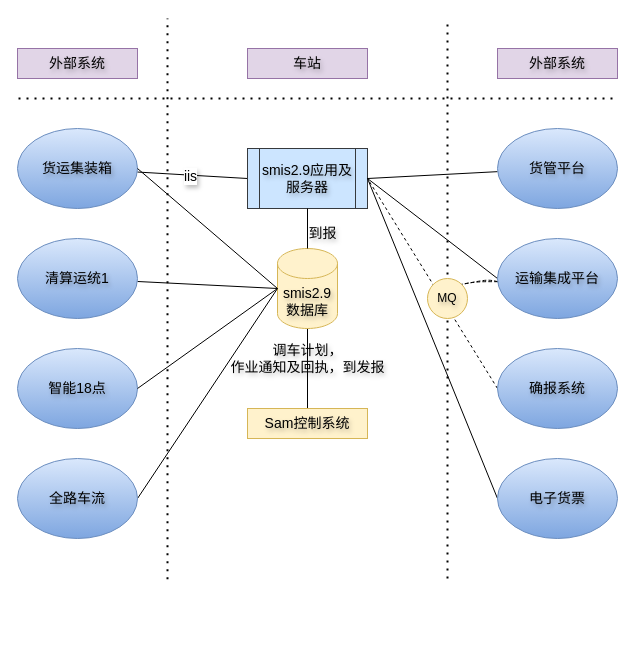
This is 新丰镇切换方案网络架构图/编组站smis29当前网络架构.drawio from wxl18335844494/myFlowChart, a draw.io file, before an edit. Source tidied: cells renumbered, new cells numbered last; positions are measured from the earlier drawing's top-left corner, leaving out a move shared by most shapes. Both pictures are drawn from the tidied source at 100%, with x=0, y=0 at pixel (17, 18).
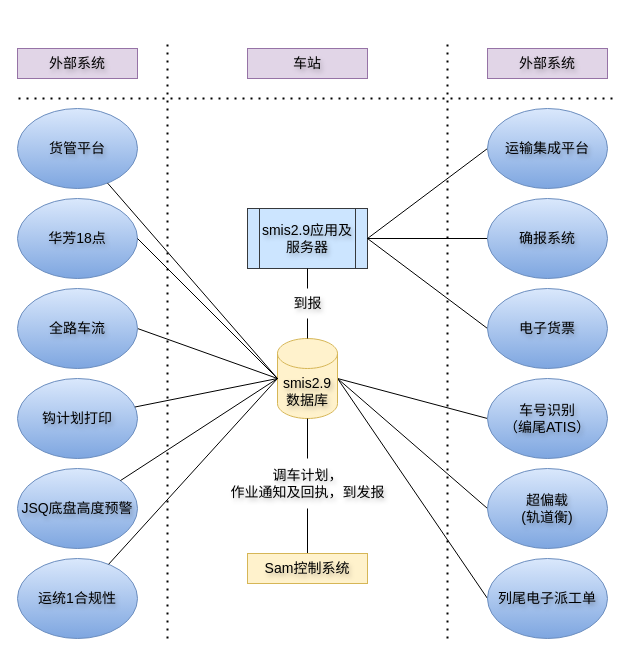
After the change.

Commit message:
更新编组站smis29当前网络架构.drawio

The edit, as a diff of the source:
```diff
@@
     <mxCell id="3" value="&lt;font&gt;外部系统&lt;/font&gt;" style="rounded=0;whiteSpace=wrap;html=1;hachureGap=4;fontFamily=Helvetica;strokeColor=#9673a6;fontSize=14;fillColor=#e1d5e7;textShadow=1;" parent="1" vertex="1">
-      <mxGeometry x="480" y="30" width="120" height="30" as="geometry" />
+      <mxGeometry x="470" y="30" width="120" height="30" as="geometry" />
     </mxCell>
@@
-    <mxCell id="5" style="rounded=0;hachureGap=4;jettySize=auto;html=1;entryX=0;entryY=0.5;entryDx=0;entryDy=0;fontFamily=Helvetica;endArrow=none;endFill=0;fontSize=14;textShadow=1;" parent="1" edge="1" source="7" target="11">
-      <mxGeometry relative="1" as="geometry" />
-    </mxCell>
-    <mxCell id="6" value="&lt;font&gt;iis&lt;/font&gt;" style="edgeLabel;html=1;align=center;verticalAlign=middle;sketch=1;hachureGap=4;jiggle=2;curveFitting=1;fontFamily=Helvetica;fontSize=14;textShadow=1;" parent="5" vertex="1">
-      <mxGeometry x="-0.04" y="-1" relative="1" as="geometry" />
-    </mxCell>
-    <mxCell id="7" value="&lt;font&gt;货运集装箱&lt;/font&gt;" style="ellipse;whiteSpace=wrap;html=1;hachureGap=4;fontFamily=Helvetica;fontSize=14;fillColor=#dae8fc;strokeColor=#6c8ebf;gradientColor=#7ea6e0;textShadow=1;" parent="1" vertex="1">
-      <mxGeometry y="110" width="120" height="80" as="geometry" />
-    </mxCell>
-    <mxCell id="8" style="rounded=0;hachureGap=4;jettySize=auto;html=1;fontFamily=Architects Daughter;endArrow=none;endFill=0;textShadow=1;" parent="1" edge="1" source="9">
-      <mxGeometry relative="1" as="geometry">
-        <mxPoint x="260" y="270" as="targetPoint" />
-      </mxGeometry>
-    </mxCell>
-    <mxCell id="9" value="&lt;font&gt;清算运统1&lt;/font&gt;" style="ellipse;whiteSpace=wrap;html=1;hachureGap=4;fontFamily=Helvetica;fontSize=14;fillColor=#dae8fc;strokeColor=#6c8ebf;gradientColor=#7ea6e0;textShadow=1;" parent="1" vertex="1">
-      <mxGeometry y="220" width="120" height="80" as="geometry" />
-    </mxCell>
-    <mxCell id="10" value="智能18点" style="ellipse;whiteSpace=wrap;html=1;hachureGap=4;fontFamily=Helvetica;fontSize=14;fillColor=#dae8fc;strokeColor=#6c8ebf;gradientColor=#7ea6e0;textShadow=1;" parent="1" vertex="1">
-      <mxGeometry y="330" width="120" height="80" as="geometry" />
+    <mxCell id="10" value="华芳18点" style="ellipse;whiteSpace=wrap;html=1;hachureGap=4;fontFamily=Helvetica;fontSize=14;fillColor=#dae8fc;strokeColor=#6c8ebf;gradientColor=#7ea6e0;textShadow=1;" parent="1" vertex="1">
+      <mxGeometry y="180" width="120" height="80" as="geometry" />
     </mxCell>
+    <mxCell id="35" style="rounded=0;hachureGap=4;jettySize=auto;html=1;entryX=0;entryY=0.5;entryDx=0;entryDy=0;fontFamily=Architects Daughter;endArrow=none;endFill=0;exitX=1;exitY=0.5;exitDx=0;exitDy=0;exitPerimeter=0;" parent="1" edge="1" source="13" target="44">
+      <mxGeometry relative="1" as="geometry" />
+    </mxCell>
+    <mxCell id="36" style="rounded=0;hachureGap=4;jettySize=auto;html=1;entryX=0;entryY=0.5;entryDx=0;entryDy=0;fontFamily=Architects Daughter;endArrow=none;endFill=0;exitX=1;exitY=0.5;exitDx=0;exitDy=0;exitPerimeter=0;" parent="1" edge="1" source="13" target="45">
+      <mxGeometry relative="1" as="geometry" />
+    </mxCell>
+    <mxCell id="37" style="rounded=0;hachureGap=4;jettySize=auto;html=1;entryX=0;entryY=0.5;entryDx=0;entryDy=0;fontFamily=Architects Daughter;endArrow=none;endFill=0;exitX=1;exitY=0.5;exitDx=0;exitDy=0;exitPerimeter=0;" parent="1" edge="1" source="13" target="46">
+      <mxGeometry relative="1" as="geometry" />
+    </mxCell>
     <mxCell id="11" value="&lt;font&gt;smis2.9应用及服务器&lt;/font&gt;" style="shape=process;whiteSpace=wrap;html=1;backgroundOutline=1;hachureGap=4;fontFamily=Helvetica;fontSize=14;fillColor=#cce5ff;strokeColor=#36393d;textShadow=1;" parent="1" vertex="1">
-      <mxGeometry x="230" y="130" width="120" height="60" as="geometry" />
+      <mxGeometry x="230" y="190" width="120" height="60" as="geometry" />
     </mxCell>
-    <mxCell id="12" style="rounded=0;hachureGap=4;jettySize=auto;html=1;entryX=0.5;entryY=0;entryDx=0;entryDy=0;fontFamily=Helvetica;endArrow=none;endFill=0;fontSize=14;textShadow=1;" parent="1" edge="1" source="13" target="16">
+    <mxCell id="12" style="rounded=0;hachureGap=4;jettySize=auto;html=1;entryX=0.5;entryY=0;entryDx=0;entryDy=0;fontFamily=Helvetica;endArrow=none;endFill=0;fontSize=14;textShadow=1;" parent="1" edge="1" source="17" target="16">
       <mxGeometry relative="1" as="geometry" />
     </mxCell>
     <mxCell id="13" value="&lt;font&gt;smis2.9&lt;/font&gt;&lt;div&gt;&lt;font&gt;数据库&lt;/font&gt;&lt;/div&gt;" style="shape=cylinder3;whiteSpace=wrap;html=1;boundedLbl=1;backgroundOutline=1;size=15;hachureGap=4;fontFamily=Helvetica;fontSize=14;fillColor=#fff2cc;strokeColor=#d6b656;textShadow=1;" parent="1" vertex="1">
-      <mxGeometry x="260" y="230" width="60" height="80" as="geometry" />
+      <mxGeometry x="260" y="320" width="60" height="80" as="geometry" />
     </mxCell>
-    <mxCell id="14" style="endArrow=none;html=1;rounded=0;hachureGap=4;fontFamily=Helvetica;entryX=0.5;entryY=1;entryDx=0;entryDy=0;exitX=0.5;exitY=0;exitDx=0;exitDy=0;exitPerimeter=0;fontSize=14;textShadow=1;" parent="1" edge="1" source="13" target="11">
+    <mxCell id="14" style="endArrow=none;html=1;rounded=0;hachureGap=4;fontFamily=Helvetica;entryX=0.5;entryY=1;entryDx=0;entryDy=0;exitX=0.5;exitY=0;exitDx=0;exitDy=0;exitPerimeter=0;fontSize=14;textShadow=1;" parent="1" edge="1" source="15" target="11">
       <mxGeometry relative="1" as="geometry" />
     </mxCell>
-    <mxCell id="15" value="到报" style="text;html=1;align=center;verticalAlign=middle;points=[];strokeColor=none;fillColor=none;fontFamily=Helvetica;fontSize=14;textShadow=1;" parent="1" vertex="1">
-      <mxGeometry x="280" y="200" width="50" height="30" as="geometry" />
-    </mxCell>
     <mxCell id="16" value="&lt;font&gt;Sam控制系统&lt;/font&gt;" style="whiteSpace=wrap;html=1;fontFamily=Helvetica;hachureGap=4;fontSize=14;fillColor=#fff2cc;strokeColor=#d6b656;textShadow=1;" parent="1" vertex="1">
-      <mxGeometry x="230" y="390" width="120" height="30" as="geometry" />
+      <mxGeometry x="230" y="535" width="120" height="30" as="geometry" />
     </mxCell>
-    <mxCell id="17" value="调车计划，&lt;div&gt;作业通知及回执，到发报&lt;/div&gt;" style="text;html=1;align=center;verticalAlign=middle;points=[];strokeColor=none;fillColor=none;fontFamily=Helvetica;fontSize=14;textShadow=1;" parent="1" vertex="1">
-      <mxGeometry x="200" y="315" width="180" height="50" as="geometry" />
-    </mxCell>
     <mxCell id="18" style="endArrow=none;dashed=1;html=1;dashPattern=1 3;strokeWidth=2;rounded=0;hachureGap=4;fontFamily=Helvetica;fontSize=14;textShadow=1;" parent="1" edge="1">
       <mxGeometry relative="1" as="geometry">
-        <mxPoint x="430" y="560" as="sourcePoint" />
-        <mxPoint x="430" as="targetPoint" />
+        <mxPoint x="430" y="620" as="sourcePoint" />
+        <mxPoint x="430" y="20" as="targetPoint" />
       </mxGeometry>
     </mxCell>
@@
     <mxCell id="20" style="endArrow=none;dashed=1;html=1;dashPattern=1 3;strokeWidth=2;rounded=0;hachureGap=4;fontFamily=Helvetica;fontSize=14;textShadow=1;" parent="1" edge="1">
       <mxGeometry relative="1" as="geometry">
-        <mxPoint x="150" y="560.8" as="sourcePoint" />
-        <mxPoint x="150" as="targetPoint" />
+        <mxPoint x="150" y="620" as="sourcePoint" />
+        <mxPoint x="150" y="20" as="targetPoint" />
       </mxGeometry>
     </mxCell>
-    <mxCell id="21" style="rounded=0;hachureGap=4;jettySize=auto;html=1;entryX=0;entryY=0.5;entryDx=0;entryDy=0;entryPerimeter=0;fontFamily=Helvetica;exitX=1;exitY=0.5;exitDx=0;exitDy=0;fontSize=14;endArrow=none;endFill=0;textShadow=1;" parent="1" edge="1" source="7" target="13">
-      <mxGeometry relative="1" as="geometry" />
-    </mxCell>
-    <mxCell id="22" style="rounded=0;hachureGap=4;jettySize=auto;html=1;fontFamily=Architects Daughter;endArrow=none;endFill=0;exitX=1;exitY=0.5;exitDx=0;exitDy=0;textShadow=1;" parent="1" edge="1" source="23">
-      <mxGeometry relative="1" as="geometry">
-        <mxPoint x="260" y="270" as="targetPoint" />
-      </mxGeometry>
+    <mxCell id="22" style="rounded=0;hachureGap=4;jettySize=auto;html=1;fontFamily=Architects Daughter;endArrow=none;endFill=0;exitX=1;exitY=0.5;exitDx=0;exitDy=0;textShadow=1;entryX=0;entryY=0.5;entryDx=0;entryDy=0;entryPerimeter=0;" parent="1" edge="1" source="23" target="13">
+      <mxGeometry relative="1" as="geometry" />
     </mxCell>
     <mxCell id="23" value="&lt;span&gt;全路车流&lt;/span&gt;" style="ellipse;whiteSpace=wrap;html=1;hachureGap=4;fontFamily=Helvetica;fontSize=14;fillColor=#dae8fc;strokeColor=#6c8ebf;gradientColor=#7ea6e0;textShadow=1;" parent="1" vertex="1">
-      <mxGeometry y="440" width="120" height="80" as="geometry" />
+      <mxGeometry y="270" width="120" height="80" as="geometry" />
     </mxCell>
@@
-    <mxCell id="25" style="rounded=0;hachureGap=4;jettySize=auto;html=1;entryX=1;entryY=0.5;entryDx=0;entryDy=0;fontFamily=Architects Daughter;endArrow=none;endFill=0;textShadow=1;" parent="1" edge="1" source="26" target="11">
-      <mxGeometry relative="1" as="geometry" />
-    </mxCell>
     <mxCell id="26" value="货管平台" style="ellipse;whiteSpace=wrap;html=1;hachureGap=4;fontFamily=Helvetica;fontSize=14;fillColor=#dae8fc;strokeColor=#6c8ebf;gradientColor=#7ea6e0;textShadow=1;" parent="1" vertex="1">
-      <mxGeometry x="480" y="110" width="120" height="80" as="geometry" />
+      <mxGeometry y="90" width="120" height="80" as="geometry" />
     </mxCell>
-    <mxCell id="27" style="rounded=0;hachureGap=4;jettySize=auto;html=1;fontFamily=Architects Daughter;endArrow=none;endFill=0;exitX=0;exitY=0.5;exitDx=0;exitDy=0;dashed=1;textShadow=1;" parent="1" edge="1" source="28">
-      <mxGeometry relative="1" as="geometry">
-        <mxPoint x="350" y="160" as="targetPoint" />
-      </mxGeometry>
+    <mxCell id="27" style="rounded=0;hachureGap=4;jettySize=auto;html=1;fontFamily=Architects Daughter;endArrow=none;endFill=0;exitX=0;exitY=0.5;exitDx=0;exitDy=0;textShadow=1;entryX=1;entryY=0.5;entryDx=0;entryDy=0;" parent="1" edge="1" source="28" target="11">
+      <mxGeometry relative="1" as="geometry" />
     </mxCell>
     <mxCell id="28" value="&lt;font&gt;确报系统&lt;/font&gt;" style="ellipse;whiteSpace=wrap;html=1;hachureGap=4;fontFamily=Helvetica;fontSize=14;fillColor=#dae8fc;strokeColor=#6c8ebf;gradientColor=#7ea6e0;textShadow=1;" parent="1" vertex="1">
-      <mxGeometry x="480" y="330" width="120" height="80" as="geometry" />
+      <mxGeometry x="470" y="180" width="120" height="80" as="geometry" />
     </mxCell>
-    <mxCell id="29" style="rounded=0;hachureGap=4;jettySize=auto;html=1;fontFamily=Architects Daughter;endArrow=none;endFill=0;exitX=0;exitY=0.5;exitDx=0;exitDy=0;textShadow=1;" parent="1" edge="1" source="31">
-      <mxGeometry relative="1" as="geometry">
-        <mxPoint x="350" y="160" as="targetPoint" />
-      </mxGeometry>
+    <mxCell id="29" style="rounded=0;hachureGap=4;jettySize=auto;html=1;fontFamily=Architects Daughter;endArrow=none;endFill=0;exitX=0;exitY=0.5;exitDx=0;exitDy=0;textShadow=1;entryX=1;entryY=0.5;entryDx=0;entryDy=0;" parent="1" edge="1" source="31" target="11">
+      <mxGeometry relative="1" as="geometry" />
     </mxCell>
-    <mxCell id="30" style="rounded=0;sketch=1;hachureGap=4;jiggle=2;curveFitting=1;jettySize=auto;html=1;entryX=1;entryY=0;entryDx=0;entryDy=0;fontFamily=Architects Daughter;endArrow=none;endFill=0;dashed=1;textShadow=1;" parent="1" edge="1" source="31" target="34">
-      <mxGeometry relative="1" as="geometry" />
-    </mxCell>
     <mxCell id="31" value="&lt;font&gt;运输集成平台&lt;/font&gt;" style="ellipse;whiteSpace=wrap;html=1;hachureGap=4;fontFamily=Helvetica;fontSize=14;fillColor=#dae8fc;strokeColor=#6c8ebf;gradientColor=#7ea6e0;textShadow=1;" parent="1" vertex="1">
-      <mxGeometry x="480" y="220" width="120" height="80" as="geometry" />
+      <mxGeometry x="470" y="90" width="120" height="80" as="geometry" />
     </mxCell>
-    <mxCell id="32" style="rounded=0;hachureGap=4;jettySize=auto;html=1;fontFamily=Architects Daughter;endArrow=none;endFill=0;exitX=0;exitY=0.5;exitDx=0;exitDy=0;textShadow=1;" parent="1" edge="1" source="33">
-      <mxGeometry relative="1" as="geometry">
-        <mxPoint x="350" y="160" as="targetPoint" />
-      </mxGeometry>
+    <mxCell id="32" style="rounded=0;hachureGap=4;jettySize=auto;html=1;fontFamily=Architects Daughter;endArrow=none;endFill=0;exitX=0;exitY=0.5;exitDx=0;exitDy=0;textShadow=1;entryX=1;entryY=0.5;entryDx=0;entryDy=0;" parent="1" edge="1" source="33" target="11">
+      <mxGeometry relative="1" as="geometry" />
     </mxCell>
     <mxCell id="33" value="&lt;font&gt;电子货票&lt;/font&gt;" style="ellipse;whiteSpace=wrap;html=1;hachureGap=4;fontFamily=Helvetica;fontSize=14;fillColor=#dae8fc;strokeColor=#6c8ebf;gradientColor=#7ea6e0;textShadow=1;" parent="1" vertex="1">
-      <mxGeometry x="480" y="440" width="120" height="80" as="geometry" />
+      <mxGeometry x="470" y="270" width="120" height="80" as="geometry" />
     </mxCell>
-    <mxCell id="34" value="MQ" style="ellipse;whiteSpace=wrap;html=1;hachureGap=4;fontFamily=Helvetica;fillColor=#fff2cc;strokeColor=#d6b656;textShadow=1;" parent="1" vertex="1">
-      <mxGeometry x="410" y="260" width="40" height="40" as="geometry" />
-    </mxCell>
+    <mxCell id="38" value="&lt;span&gt;钩计划打印&lt;/span&gt;" style="ellipse;whiteSpace=wrap;html=1;hachureGap=4;fontFamily=Helvetica;fontSize=14;fillColor=#dae8fc;strokeColor=#6c8ebf;gradientColor=#7ea6e0;textShadow=1;" parent="1" vertex="1">
+      <mxGeometry y="360" width="120" height="80" as="geometry" />
+    </mxCell>
+    <mxCell id="39" value="&lt;span&gt;JSQ底盘高度预警&lt;/span&gt;" style="ellipse;whiteSpace=wrap;html=1;hachureGap=4;fontFamily=Helvetica;fontSize=14;fillColor=#dae8fc;strokeColor=#6c8ebf;gradientColor=#7ea6e0;textShadow=1;" parent="1" vertex="1">
+      <mxGeometry y="450" width="120" height="80" as="geometry" />
+    </mxCell>
+    <mxCell id="40" value="&lt;span&gt;运统1合规性&lt;/span&gt;" style="ellipse;whiteSpace=wrap;html=1;hachureGap=4;fontFamily=Helvetica;fontSize=14;fillColor=#dae8fc;strokeColor=#6c8ebf;gradientColor=#7ea6e0;textShadow=1;" parent="1" vertex="1">
+      <mxGeometry y="540" width="120" height="80" as="geometry" />
+    </mxCell>
+    <mxCell id="41" style="rounded=0;hachureGap=4;jettySize=auto;html=1;entryX=0;entryY=0.5;entryDx=0;entryDy=0;entryPerimeter=0;fontFamily=Architects Daughter;endArrow=none;endFill=0;" parent="1" edge="1" source="26" target="13">
+      <mxGeometry relative="1" as="geometry" />
+    </mxCell>
+    <mxCell id="42" style="rounded=0;hachureGap=4;jettySize=auto;html=1;entryX=0;entryY=0.5;entryDx=0;entryDy=0;entryPerimeter=0;fontFamily=Architects Daughter;endArrow=none;endFill=0;" parent="1" edge="1" source="38" target="13">
+      <mxGeometry relative="1" as="geometry" />
+    </mxCell>
+    <mxCell id="43" style="rounded=0;hachureGap=4;jettySize=auto;html=1;entryX=0;entryY=0.5;entryDx=0;entryDy=0;entryPerimeter=0;fontFamily=Architects Daughter;endArrow=none;endFill=0;" parent="1" edge="1" source="39" target="13">
+      <mxGeometry relative="1" as="geometry" />
+    </mxCell>
+    <mxCell id="44" value="&lt;font&gt;车号识别&lt;/font&gt;&lt;div&gt;&lt;font&gt;（编尾ATIS）&lt;/font&gt;&lt;/div&gt;" style="ellipse;whiteSpace=wrap;html=1;hachureGap=4;fontFamily=Helvetica;fontSize=14;fillColor=#dae8fc;strokeColor=#6c8ebf;gradientColor=#7ea6e0;textShadow=1;" parent="1" vertex="1">
+      <mxGeometry x="470" y="360" width="120" height="80" as="geometry" />
+    </mxCell>
+    <mxCell id="45" value="超偏载&lt;br&gt;(轨道衡)" style="ellipse;whiteSpace=wrap;html=1;hachureGap=4;fontFamily=Helvetica;fontSize=14;fillColor=#dae8fc;strokeColor=#6c8ebf;gradientColor=#7ea6e0;textShadow=1;" parent="1" vertex="1">
+      <mxGeometry x="470" y="450" width="120" height="80" as="geometry" />
+    </mxCell>
+    <mxCell id="46" value="列尾电子派工单" style="ellipse;whiteSpace=wrap;html=1;hachureGap=4;fontFamily=Helvetica;fontSize=14;fillColor=#dae8fc;strokeColor=#6c8ebf;gradientColor=#7ea6e0;textShadow=1;" parent="1" vertex="1">
+      <mxGeometry x="470" y="540" width="120" height="80" as="geometry" />
+    </mxCell>
+    <mxCell id="47" style="rounded=0;hachureGap=4;jettySize=auto;html=1;entryX=0;entryY=0.5;entryDx=0;entryDy=0;entryPerimeter=0;fontFamily=Architects Daughter;endArrow=none;endFill=0;" parent="1" edge="1" source="40" target="13">
+      <mxGeometry relative="1" as="geometry" />
+    </mxCell>
+    <mxCell id="48" style="rounded=0;hachureGap=4;jettySize=auto;html=1;entryX=0.5;entryY=0;entryDx=0;entryDy=0;fontFamily=Helvetica;endArrow=none;endFill=0;fontSize=14;textShadow=1;" parent="1" edge="1" source="13" target="17">
+      <mxGeometry relative="1" as="geometry" />
+    </mxCell>
+    <mxCell id="17" value="调车计划，&lt;div&gt;作业通知及回执，到发报&lt;/div&gt;" style="text;html=1;align=center;verticalAlign=middle;points=[];strokeColor=none;fillColor=none;fontFamily=Helvetica;fontSize=14;textShadow=1;" parent="1" vertex="1">
+      <mxGeometry x="200" y="440" width="180" height="50" as="geometry" />
+    </mxCell>
+    <mxCell id="49" style="endArrow=none;html=1;rounded=0;hachureGap=4;fontFamily=Helvetica;entryX=0.5;entryY=1;entryDx=0;entryDy=0;exitX=0.5;exitY=0;exitDx=0;exitDy=0;exitPerimeter=0;fontSize=14;textShadow=1;" parent="1" edge="1" source="13" target="15">
+      <mxGeometry relative="1" as="geometry" />
+    </mxCell>
+    <mxCell id="15" value="到报" style="text;html=1;align=center;verticalAlign=middle;points=[];strokeColor=none;fillColor=none;fontFamily=Helvetica;fontSize=14;textShadow=1;" parent="1" vertex="1">
+      <mxGeometry x="265" y="270" width="50" height="30" as="geometry" />
+    </mxCell>
```
